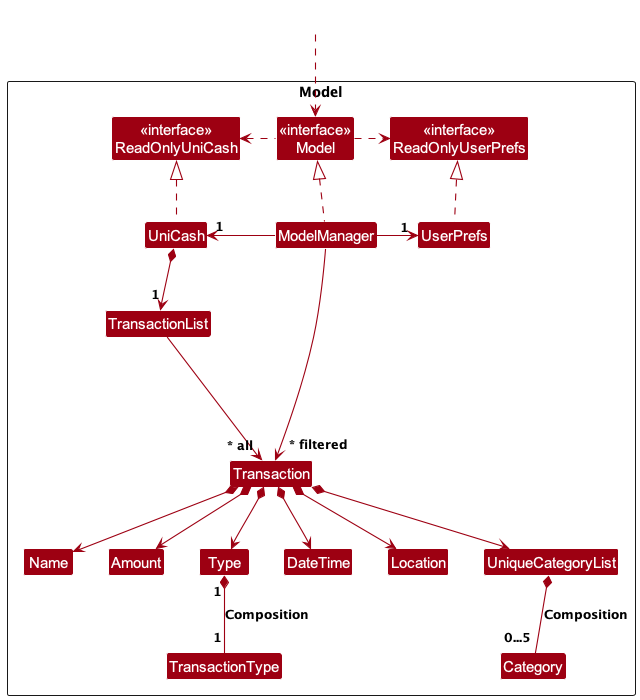
This is docs/images/unicash/ModelClassDiagram.png from woojiahao/tp, a PlantUML export, as it was before one commit. The source it was exported from:
```plantuml
@startuml
!include ../style.puml
skinparam arrowThickness 1.1
skinparam arrowColor MODEL_COLOR
skinparam classBackgroundColor MODEL_COLOR

Package Model as ModelPackage <<Rectangle>>{
Class "<<interface>>\nReadOnlyUniCash" as ReadOnlyUniCash
Class "<<interface>>\nReadOnlyUserPrefs" as ReadOnlyUserPrefs
Class "<<interface>>\nModel" as Model
Class UniCash
Class ModelManager
Class UserPrefs

Class TransactionList
Class Transaction
Class Name
Class Amount
Class Type
Class DateTime
Class Location
Class UniqueCategoryList
Class TransactionType
Class Category

Class I #FFFFFF
}

Class HiddenOutside #FFFFFF
HiddenOutside ..> Model

UniCash .up.|> ReadOnlyUniCash

ModelManager .up.|> Model
Model .right.> ReadOnlyUserPrefs
Model .left.> ReadOnlyUniCash
ModelManager -left-> "1" UniCash
ModelManager -right-> "1" UserPrefs
UserPrefs .up.|> ReadOnlyUserPrefs

UniCash *--> "1" TransactionList
TransactionList --> "~* all" Transaction
Transaction *--> Name
Transaction *--> Amount
Transaction *--> Type
Transaction *--> DateTime
Transaction *--> Location
Transaction *--> UniqueCategoryList

Transaction -[hidden]up--> I
TransactionList -[hidden]right-> I

Type "1" *-down- "1" TransactionType: Composition

UniqueCategoryList *-down- "0...5" Category: Composition

ModelManager --> "~* filtered" Transaction
@enduml
```
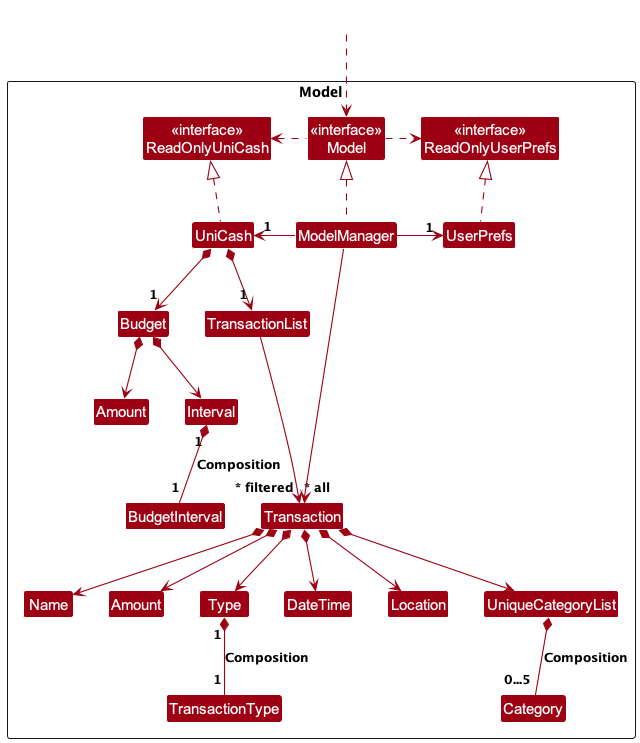
The same file after the commit.

Commit message:
Update model class diagram to show budget

Change to the diagram source:
```diff
@@ -22,6 +22,11 @@
 Class UniqueCategoryList
 Class TransactionType
 Class Category
+
+Class Budget
+Class BudgetInterval
+Class Interval
+Class "Amount" as BudgetAmount
 
 Class I #FFFFFF
 }
@@ -54,5 +59,10 @@
 
 UniqueCategoryList *-down- "0...5" Category: Composition
 
+UniCash *--> "1" Budget
+Budget *--> BudgetAmount
+Budget *--> Interval
+Interval "1" *-down- "1" BudgetInterval: Composition
+
 ModelManager --> "~* filtered" Transaction
 @enduml
```
